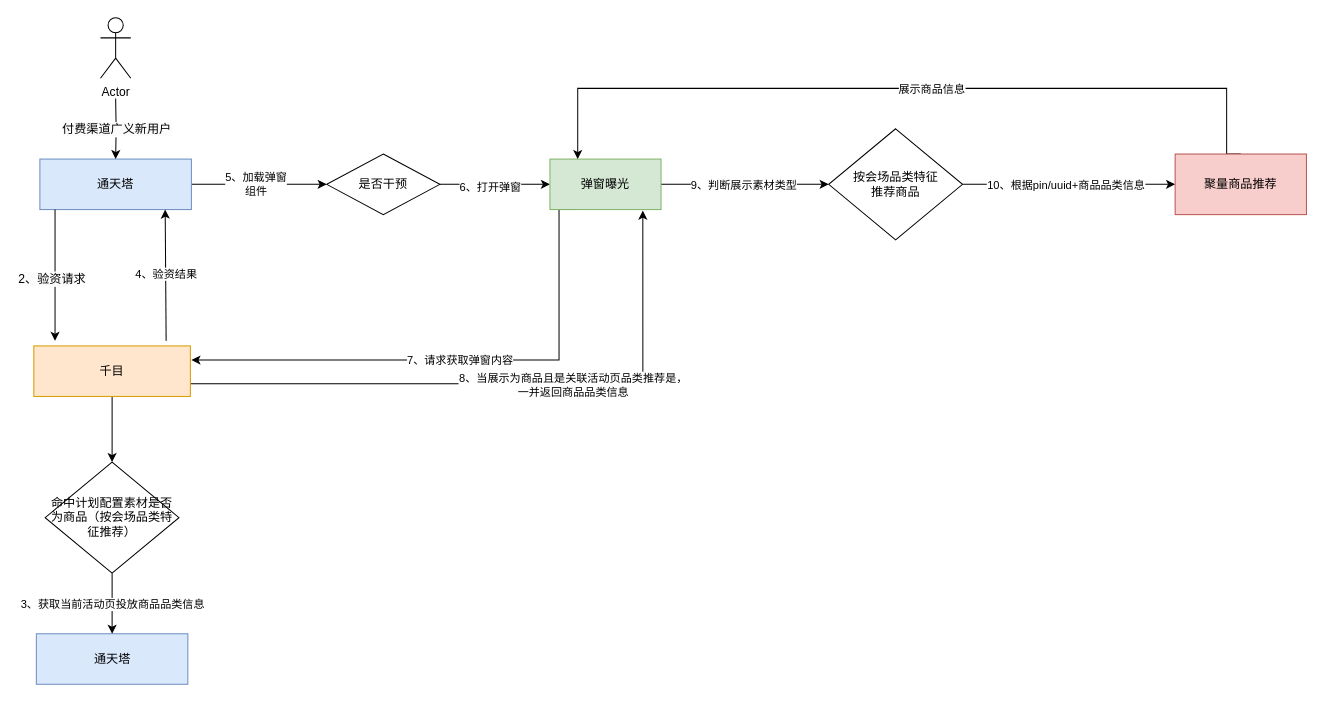
The draw.io diagram 商品类型挽留弹窗.drawio in BlankKelly/diagrams, before the edit. Source tidied: cells renumbered, new cells numbered last; positions are measured from the earlier drawing's top-left corner, leaving out a move shared by most shapes. Both pictures are drawn from the tidied source at 101%, with x=0, y=0 at pixel (33, 17).
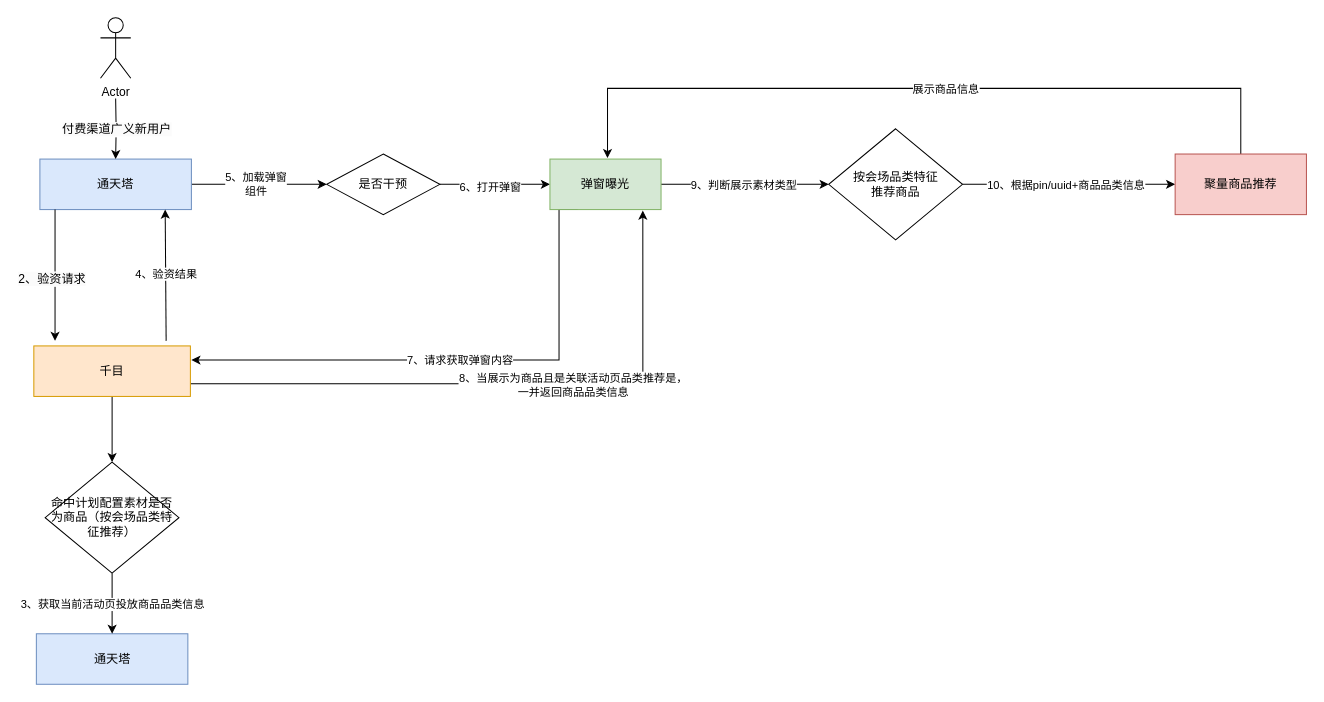
Above is the later version.

Commit message (it also covers changes not shown here):
更新商品类型挽留弹窗.drawio

Unchanged cells that the change refers to:
```xml
<mxCell id="18" value="弹窗曝光" style="rounded=0;whiteSpace=wrap;html=1;fillColor=#d5e8d4;strokeColor=#82b366;" parent="1" vertex="1">
  <mxGeometry x="511" y="140" width="110" height="50" as="geometry" />
</mxCell>
<mxCell id="32" value="聚量商品推荐" style="rounded=0;whiteSpace=wrap;html=1;fillColor=#f8cecc;strokeColor=#b85450;" parent="1" vertex="1">
  <mxGeometry x="1130" y="135" width="130" height="60" as="geometry" />
</mxCell>
```

What changed in the source:
```diff
@@
-    <mxCell id="30" style="edgeStyle=orthogonalEdgeStyle;rounded=0;jettySize=auto;html=1;entryX=0.25;entryY=0;entryDx=0;entryDy=0;exitX=0.5;exitY=0;exitDx=0;exitDy=0;" parent="1" edge="1" source="32" target="18">
+    <mxCell id="30" style="edgeStyle=orthogonalEdgeStyle;rounded=0;jettySize=auto;html=1;exitX=0.5;exitY=0;exitDx=0;exitDy=0;" parent="1" edge="1" source="32">
       <mxGeometry relative="1" as="geometry">
+        <mxPoint x="568" y="139" as="targetPoint" />
         <Array as="points">
           <mxPoint x="1181" y="70" />
           <mxPoint x="539" y="70" />
         </Array>
       </mxGeometry>
     </mxCell>
```
